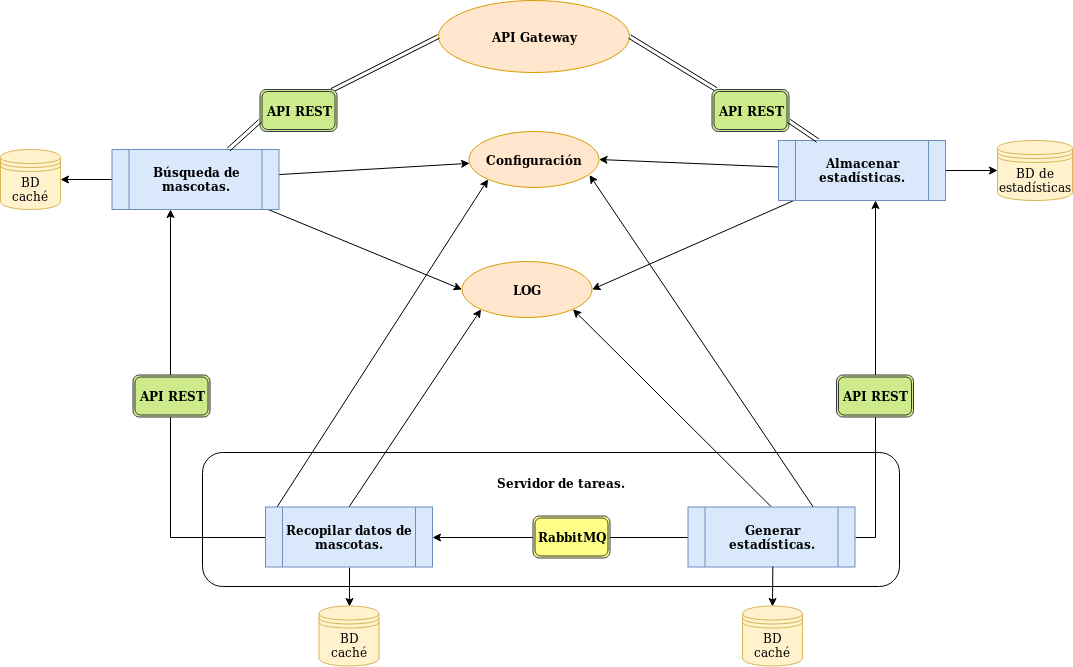
This is docs/imgs/Comunicacion microservicios.png from lidiasm/MPII-ProyectoCC, a draw.io export, as it was before one commit. Source tidied: cells renumbered, new cells last; positions are measured from the earlier drawing's top-left corner, leaving out a move shared by most shapes.
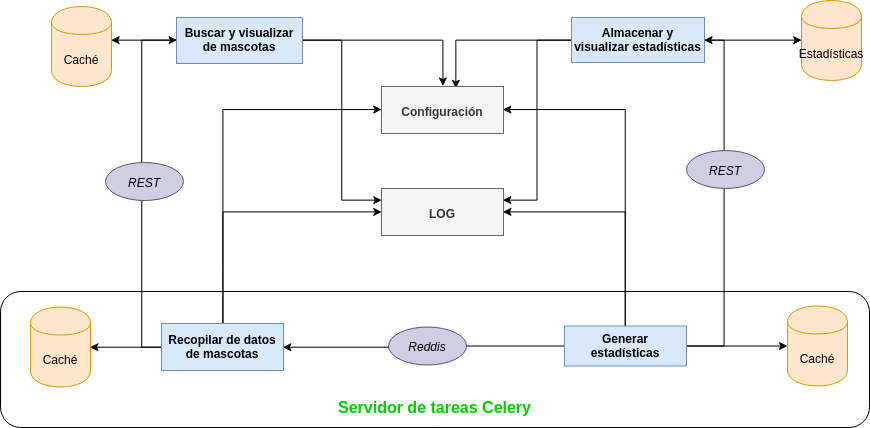
The same file after the commit.

Change to the diagram source:
```diff
@@ -1,129 +1,98 @@
-<mxGraphModel background="#ffffff">
+<mxGraphModel>
   <root>
     <mxCell id="0" />
     <mxCell id="1" parent="0" />
-    <mxCell id="2" value="&lt;div&gt;&lt;br&gt;&lt;/div&gt;&lt;div&gt;&lt;br&gt;&lt;/div&gt;" style="rounded=1;whiteSpace=wrap;html=1;" parent="1" vertex="1">
-      <mxGeometry x="202" y="452" width="697" height="134" as="geometry" />
-    </mxCell>
-    <mxCell id="3" value="&lt;b&gt;API Gateway&lt;/b&gt;" style="ellipse;whiteSpace=wrap;html=1;fillColor=#ffe6cc;strokeColor=#d79b00;" parent="1" vertex="1">
-      <mxGeometry x="438" width="191" height="72" as="geometry" />
-    </mxCell>
-    <mxCell id="4" style="edgeStyle=orthogonalEdgeStyle;rounded=0;jettySize=auto;html=1;" parent="1" edge="1" source="9" target="23">
-      <mxGeometry relative="1" as="geometry" />
-    </mxCell>
-    <mxCell id="5" style="rounded=0;jettySize=auto;html=1;entryX=1;entryY=0.5;entryDx=0;entryDy=0;shape=link;" parent="1" edge="1" source="25" target="3">
-      <mxGeometry relative="1" as="geometry" />
-    </mxCell>
-    <mxCell id="6" style="edgeStyle=none;rounded=0;jettySize=auto;html=1;entryX=1;entryY=0.5;entryDx=0;entryDy=0;" parent="1" edge="1" source="9" target="20">
-      <mxGeometry relative="1" as="geometry" />
-    </mxCell>
-    <mxCell id="7" style="edgeStyle=none;rounded=0;jettySize=auto;html=1;entryX=1;entryY=0.5;entryDx=0;entryDy=0;" parent="1" edge="1" source="9" target="21">
-      <mxGeometry relative="1" as="geometry" />
-    </mxCell>
-    <mxCell id="8" style="edgeStyle=orthogonalEdgeStyle;rounded=0;jettySize=auto;html=1;entryX=1;entryY=0.5;entryDx=0;entryDy=0;startArrow=classic;startFill=1;endArrow=none;endFill=0;" parent="1" edge="1" source="9" target="32">
-      <mxGeometry relative="1" as="geometry">
-        <Array as="points">
-          <mxPoint x="875" y="537" />
-        </Array>
-      </mxGeometry>
-    </mxCell>
-    <mxCell id="9" value="&lt;b&gt;Almacenar&lt;/b&gt; &lt;b&gt;estadísticas.&lt;/b&gt;" style="shape=process;whiteSpace=wrap;html=1;backgroundOutline=1;fillColor=#dae8fc;strokeColor=#6c8ebf;" parent="1" vertex="1">
-      <mxGeometry x="778" y="140" width="167" height="60" as="geometry" />
-    </mxCell>
-    <mxCell id="10" style="edgeStyle=none;shape=link;rounded=0;jettySize=auto;html=1;entryX=0;entryY=0.5;entryDx=0;entryDy=0;" parent="1" edge="1" target="3">
-      <mxGeometry relative="1" as="geometry">
-        <mxPoint x="331" y="90" as="sourcePoint" />
-      </mxGeometry>
-    </mxCell>
-    <mxCell id="11" style="edgeStyle=none;rounded=0;jettySize=auto;html=1;entryX=1;entryY=0.5;entryDx=0;entryDy=0;" parent="1" edge="1" source="15" target="22">
-      <mxGeometry relative="1" as="geometry" />
-    </mxCell>
-    <mxCell id="12" style="edgeStyle=none;rounded=0;jettySize=auto;html=1;" parent="1" edge="1" source="15" target="20">
-      <mxGeometry relative="1" as="geometry" />
-    </mxCell>
-    <mxCell id="13" style="edgeStyle=none;rounded=0;jettySize=auto;html=1;entryX=0;entryY=0.5;entryDx=0;entryDy=0;" parent="1" edge="1" source="15" target="21">
-      <mxGeometry relative="1" as="geometry" />
-    </mxCell>
-    <mxCell id="14" style="edgeStyle=orthogonalEdgeStyle;rounded=0;jettySize=auto;html=1;entryX=0;entryY=0.5;entryDx=0;entryDy=0;startArrow=classic;startFill=1;endArrow=none;endFill=0;" parent="1" edge="1" source="15" target="19">
-      <mxGeometry relative="1" as="geometry">
-        <Array as="points">
-          <mxPoint x="170" y="537" />
-        </Array>
-      </mxGeometry>
-    </mxCell>
-    <mxCell id="15" value="&lt;b&gt;Búsqueda de mascotas.&lt;/b&gt;" style="shape=process;whiteSpace=wrap;html=1;backgroundOutline=1;fillColor=#dae8fc;strokeColor=#6c8ebf;" parent="1" vertex="1">
-      <mxGeometry x="111.5" y="149" width="167" height="60" as="geometry" />
-    </mxCell>
-    <mxCell id="16" style="edgeStyle=orthogonalEdgeStyle;rounded=0;jettySize=auto;html=1;entryX=0.5;entryY=0;entryDx=0;entryDy=0;exitX=0.5;exitY=1;exitDx=0;exitDy=0;" parent="1" edge="1" source="19" target="24">
-      <mxGeometry relative="1" as="geometry" />
-    </mxCell>
-    <mxCell id="17" style="rounded=0;jettySize=auto;html=1;exitX=0.048;exitY=0.092;exitDx=0;exitDy=0;endArrow=classic;endFill=1;entryX=0;entryY=1;entryDx=0;entryDy=0;exitPerimeter=0;" parent="1" edge="1" source="19" target="20">
-      <mxGeometry relative="1" as="geometry" />
-    </mxCell>
-    <mxCell id="18" style="edgeStyle=none;rounded=0;jettySize=auto;html=1;exitX=0.5;exitY=0;exitDx=0;exitDy=0;entryX=0;entryY=1;entryDx=0;entryDy=0;endArrow=classic;endFill=1;" parent="1" edge="1" source="19" target="21">
-      <mxGeometry relative="1" as="geometry" />
-    </mxCell>
-    <mxCell id="19" value="&lt;b&gt;Recopilar datos de mascotas.&lt;/b&gt;" style="shape=process;whiteSpace=wrap;html=1;backgroundOutline=1;fillColor=#dae8fc;strokeColor=#6c8ebf;" parent="1" vertex="1">
-      <mxGeometry x="265" y="506.5" width="167" height="60" as="geometry" />
-    </mxCell>
-    <mxCell id="20" value="&lt;b&gt;Configuración&lt;/b&gt;" style="ellipse;whiteSpace=wrap;html=1;fillColor=#ffe6cc;strokeColor=#d79b00;" parent="1" vertex="1">
-      <mxGeometry x="468.5" y="131" width="130" height="56" as="geometry" />
-    </mxCell>
+    <mxCell id="39" value="&lt;b style=&quot;font-size: 16px&quot;&gt;&lt;font color=&quot;#00cc00&quot; style=&quot;font-size: 16px&quot;&gt;&lt;br&gt;&lt;br&gt;&lt;br&gt;&lt;br&gt;&lt;br&gt;Servidor de tareas Celery&lt;/font&gt;&lt;/b&gt;" style="rounded=1;whiteSpace=wrap;html=1;" parent="1" vertex="1">
+      <mxGeometry x="80.5" y="364" width="869" height="136" as="geometry" />
+    </mxCell>
+    <mxCell id="40" style="edgeStyle=orthogonalEdgeStyle;rounded=0;jettySize=auto;html=1;exitX=0;exitY=0.5;exitDx=0;exitDy=0;entryX=1;entryY=0.425;entryDx=0;entryDy=0;entryPerimeter=0;" parent="1" edge="1" source="43" target="59">
+      <mxGeometry relative="1" as="geometry" />
+    </mxCell>
+    <mxCell id="41" style="edgeStyle=orthogonalEdgeStyle;rounded=0;jettySize=auto;html=1;exitX=1;exitY=0.5;exitDx=0;exitDy=0;entryX=0.5;entryY=0;entryDx=0;entryDy=0;" parent="1" edge="1" source="43" target="63">
+      <mxGeometry relative="1" as="geometry" />
+    </mxCell>
+    <mxCell id="42" style="edgeStyle=orthogonalEdgeStyle;rounded=0;jettySize=auto;html=1;exitX=1;exitY=0.5;exitDx=0;exitDy=0;entryX=0;entryY=0.25;entryDx=0;entryDy=0;endArrow=classic;endFill=1;" parent="1" edge="1" source="43" target="21">
+      <mxGeometry relative="1" as="geometry" />
+    </mxCell>
+    <mxCell id="43" value="Buscar y visualizar de mascotas" style="rounded=0;whiteSpace=wrap;html=1;fillColor=#dae8fc;strokeColor=#6c8ebf;fontStyle=1;" parent="1" vertex="1">
+      <mxGeometry x="256.5" y="90" width="126" height="46" as="geometry" />
+    </mxCell>
+    <mxCell id="44" style="edgeStyle=orthogonalEdgeStyle;rounded=0;jettySize=auto;html=1;exitX=1;exitY=0.5;exitDx=0;exitDy=0;entryX=0;entryY=0.5;entryDx=0;entryDy=0;" parent="1" edge="1" source="47" target="62">
+      <mxGeometry relative="1" as="geometry" />
+    </mxCell>
+    <mxCell id="45" style="edgeStyle=orthogonalEdgeStyle;rounded=0;jettySize=auto;html=1;exitX=0;exitY=0.5;exitDx=0;exitDy=0;entryX=0.607;entryY=0.043;entryDx=0;entryDy=0;entryPerimeter=0;" parent="1" edge="1" source="47" target="63">
+      <mxGeometry relative="1" as="geometry" />
+    </mxCell>
+    <mxCell id="46" style="edgeStyle=orthogonalEdgeStyle;rounded=0;jettySize=auto;html=1;exitX=0;exitY=0.5;exitDx=0;exitDy=0;entryX=1;entryY=0.25;entryDx=0;entryDy=0;endArrow=classic;endFill=1;" parent="1" edge="1" source="47" target="21">
+      <mxGeometry relative="1" as="geometry" />
+    </mxCell>
+    <mxCell id="47" value="Almacenar y visualizar estadísticas" style="rounded=0;whiteSpace=wrap;html=1;fillColor=#dae8fc;strokeColor=#6c8ebf;fontStyle=1;" parent="1" vertex="1">
+      <mxGeometry x="651.5" y="90" width="133" height="45" as="geometry" />
+    </mxCell>
+    <mxCell id="48" style="edgeStyle=orthogonalEdgeStyle;rounded=0;jettySize=auto;html=1;exitX=0;exitY=0.5;exitDx=0;exitDy=0;entryX=1;entryY=0.5;entryDx=0;entryDy=0;" parent="1" edge="1" source="52" target="60">
+      <mxGeometry relative="1" as="geometry" />
+    </mxCell>
+    <mxCell id="49" style="edgeStyle=orthogonalEdgeStyle;rounded=0;jettySize=auto;html=1;exitX=0.5;exitY=0;exitDx=0;exitDy=0;entryX=0;entryY=0.5;entryDx=0;entryDy=0;" parent="1" edge="1" source="52" target="63">
+      <mxGeometry relative="1" as="geometry">
+        <Array as="points">
+          <mxPoint x="302.5" y="340" />
+          <mxPoint x="302.5" y="183" />
+        </Array>
+      </mxGeometry>
+    </mxCell>
+    <mxCell id="50" style="edgeStyle=orthogonalEdgeStyle;rounded=0;jettySize=auto;html=1;exitX=0.5;exitY=0;exitDx=0;exitDy=0;entryX=0;entryY=0.5;entryDx=0;entryDy=0;endArrow=classic;endFill=1;" parent="1" edge="1" source="52" target="21">
+      <mxGeometry relative="1" as="geometry" />
+    </mxCell>
+    <mxCell id="51" style="edgeStyle=orthogonalEdgeStyle;rounded=0;jettySize=auto;html=1;exitX=0;exitY=0.5;exitDx=0;exitDy=0;entryX=0;entryY=0.5;entryDx=0;entryDy=0;endArrow=classic;endFill=1;" parent="1" edge="1" source="52" target="43">
+      <mxGeometry relative="1" as="geometry" />
+    </mxCell>
+    <mxCell id="52" value="Recopilar de datos de mascotas" style="rounded=0;whiteSpace=wrap;html=1;fillColor=#dae8fc;strokeColor=#6c8ebf;fontStyle=1;" parent="1" vertex="1">
+      <mxGeometry x="241.5" y="396" width="122" height="47" as="geometry" />
+    </mxCell>
+    <mxCell id="53" style="edgeStyle=orthogonalEdgeStyle;rounded=0;jettySize=auto;html=1;exitX=1;exitY=0.5;exitDx=0;exitDy=0;" parent="1" edge="1" source="58" target="61">
+      <mxGeometry relative="1" as="geometry" />
+    </mxCell>
+    <mxCell id="54" style="edgeStyle=orthogonalEdgeStyle;rounded=0;jettySize=auto;html=1;exitX=0.5;exitY=0;exitDx=0;exitDy=0;entryX=1;entryY=0.5;entryDx=0;entryDy=0;" parent="1" edge="1" source="58" target="63">
+      <mxGeometry relative="1" as="geometry" />
+    </mxCell>
+    <mxCell id="55" style="edgeStyle=orthogonalEdgeStyle;rounded=0;jettySize=auto;html=1;exitX=0.5;exitY=0;exitDx=0;exitDy=0;entryX=1;entryY=0.5;entryDx=0;entryDy=0;endArrow=classic;endFill=1;" parent="1" edge="1" source="58" target="21">
+      <mxGeometry relative="1" as="geometry" />
+    </mxCell>
+    <mxCell id="56" style="edgeStyle=orthogonalEdgeStyle;rounded=0;jettySize=auto;html=1;exitX=0;exitY=0.5;exitDx=0;exitDy=0;entryX=1;entryY=0.5;entryDx=0;entryDy=0;endArrow=classic;endFill=1;" parent="1" edge="1" source="58" target="52">
+      <mxGeometry relative="1" as="geometry" />
+    </mxCell>
+    <mxCell id="57" style="edgeStyle=orthogonalEdgeStyle;rounded=0;jettySize=auto;html=1;exitX=1;exitY=0.5;exitDx=0;exitDy=0;entryX=1;entryY=0.5;entryDx=0;entryDy=0;endArrow=classic;endFill=1;" parent="1" edge="1" source="58" target="47">
+      <mxGeometry relative="1" as="geometry" />
+    </mxCell>
+    <mxCell id="58" value="Generar estadísticas" style="rounded=0;whiteSpace=wrap;html=1;fillColor=#dae8fc;strokeColor=#6c8ebf;fontStyle=1;" parent="1" vertex="1">
+      <mxGeometry x="644.5" y="398.5" width="122" height="40" as="geometry" />
+    </mxCell>
+    <mxCell id="59" value="Caché" style="shape=cylinder;whiteSpace=wrap;html=1;boundedLbl=1;backgroundOutline=1;fillColor=#ffe6cc;strokeColor=#d79b00;" parent="1" vertex="1">
+      <mxGeometry x="131.5" y="79" width="60" height="80" as="geometry" />
+    </mxCell>
+    <mxCell id="60" value="Caché" style="shape=cylinder;whiteSpace=wrap;html=1;boundedLbl=1;backgroundOutline=1;fillColor=#ffe6cc;strokeColor=#d79b00;" parent="1" vertex="1">
+      <mxGeometry x="110.5" y="379.5" width="60" height="80" as="geometry" />
+    </mxCell>
+    <mxCell id="61" value="Caché" style="shape=cylinder;whiteSpace=wrap;html=1;boundedLbl=1;backgroundOutline=1;fillColor=#ffe6cc;strokeColor=#d79b00;" parent="1" vertex="1">
+      <mxGeometry x="867.5" y="378.5" width="60" height="80" as="geometry" />
+    </mxCell>
+    <mxCell id="62" value="Estadísticas" style="shape=cylinder;whiteSpace=wrap;html=1;boundedLbl=1;backgroundOutline=1;fillColor=#ffe6cc;strokeColor=#d79b00;" parent="1" vertex="1">
+      <mxGeometry x="881.5" y="73" width="60" height="80" as="geometry" />
+    </mxCell>
+    <mxCell id="63" value="Configuración&lt;span style=&quot;color: rgba(0 , 0 , 0 , 0) ; font-family: monospace ; font-size: 0px ; font-weight: 400 ; white-space: nowrap&quot;&gt;%3CmxGraphModel%3E%3Croot%3E%3CmxCell%20id%3D%220%22%2F%3E%3CmxCell%20id%3D%221%22%20parent%3D%220%22%2F%3E%3CmxCell%20id%3D%222%22%20value%3D%22Recopilar%20de%20datos%20de%20mascotas%22%20style%3D%22rounded%3D0%3BwhiteSpace%3Dwrap%3Bhtml%3D1%3BfillColor%3D%23dae8fc%3BstrokeColor%3D%236c8ebf%3BfontStyle%3D1%22%20vertex%3D%221%22%20parent%3D%221%22%3E%3CmxGeometry%20x%3D%22144%22%20y%3D%22365%22%20width%3D%22122%22%20height%3D%2247%22%20as%3D%22geometry%22%2F%3E%3C%2FmxCell%3E%3C%2Froot%3E%3C%2FmxGraphModel%3E&lt;/span&gt;" style="rounded=0;whiteSpace=wrap;html=1;fillColor=#f5f5f5;strokeColor=#666666;fontStyle=1;fontColor=#333333;" parent="1" vertex="1">
+      <mxGeometry x="461.5" y="159" width="122" height="47" as="geometry" />
+    </mxCell>
-    <mxCell id="21" value="&lt;b&gt;LOG&lt;/b&gt;" style="ellipse;whiteSpace=wrap;html=1;fillColor=#ffe6cc;strokeColor=#d79b00;" parent="1" vertex="1">
-      <mxGeometry x="461.5" y="261" width="130" height="56" as="geometry" />
+    <mxCell id="21" value="LOG" style="rounded=0;whiteSpace=wrap;html=1;fillColor=#f5f5f5;strokeColor=#666666;fontStyle=1;fontColor=#333333;" parent="1" vertex="1">
+      <mxGeometry x="461.5" y="261" width="122" height="47" as="geometry" />
     </mxCell>
-    <mxCell id="22" value="BD caché" style="shape=datastore;whiteSpace=wrap;html=1;fillColor=#fff2cc;strokeColor=#d6b656;" parent="1" vertex="1">
-      <mxGeometry y="149" width="60" height="60" as="geometry" />
-    </mxCell>
-    <mxCell id="23" value="BD de estadísticas" style="shape=datastore;whiteSpace=wrap;html=1;fillColor=#fff2cc;strokeColor=#d6b656;" parent="1" vertex="1">
-      <mxGeometry x="997" y="140" width="75" height="60" as="geometry" />
-    </mxCell>
-    <mxCell id="24" value="BD caché" style="shape=datastore;whiteSpace=wrap;html=1;fillColor=#fff2cc;strokeColor=#d6b656;" parent="1" vertex="1">
-      <mxGeometry x="318.5" y="605.5" width="60" height="60" as="geometry" />
-    </mxCell>
-    <mxCell id="25" value="&lt;b&gt;API REST&lt;/b&gt;" style="shape=ext;double=1;rounded=1;whiteSpace=wrap;html=1;fillColor=#cdeb8b;strokeColor=#36393d;" parent="1" vertex="1">
-      <mxGeometry x="711.5" y="89" width="77" height="42" as="geometry" />
-    </mxCell>
-    <mxCell id="26" style="rounded=0;jettySize=auto;html=1;entryX=1;entryY=0.75;entryDx=0;entryDy=0;shape=link;" parent="1" edge="1" source="9" target="25">
-      <mxGeometry relative="1" as="geometry" />
-    </mxCell>
-    <mxCell id="27" value="&lt;b&gt;API REST&lt;/b&gt;" style="shape=ext;double=1;rounded=1;whiteSpace=wrap;html=1;fillColor=#cdeb8b;strokeColor=#36393d;" parent="1" vertex="1">
-      <mxGeometry x="259.5" y="89" width="77" height="42" as="geometry" />
-    </mxCell>
-    <mxCell id="28" style="edgeStyle=none;shape=link;rounded=0;jettySize=auto;html=1;entryX=0;entryY=0.75;entryDx=0;entryDy=0;" parent="1" edge="1" source="15" target="27">
-      <mxGeometry relative="1" as="geometry" />
-    </mxCell>
-    <mxCell id="29" style="edgeStyle=orthogonalEdgeStyle;rounded=0;jettySize=auto;html=1;exitX=0;exitY=0.5;exitDx=0;exitDy=0;" parent="1" edge="1" source="32" target="19">
-      <mxGeometry relative="1" as="geometry" />
-    </mxCell>
-    <mxCell id="30" style="edgeStyle=none;rounded=0;jettySize=auto;html=1;exitX=0.5;exitY=0;exitDx=0;exitDy=0;entryX=1;entryY=1;entryDx=0;entryDy=0;endArrow=classic;endFill=1;" parent="1" edge="1" source="32" target="21">
-      <mxGeometry relative="1" as="geometry" />
-    </mxCell>
-    <mxCell id="31" style="edgeStyle=none;rounded=0;jettySize=auto;html=1;exitX=0.75;exitY=0;exitDx=0;exitDy=0;entryX=0.927;entryY=0.777;entryDx=0;entryDy=0;entryPerimeter=0;endArrow=classic;endFill=1;" parent="1" edge="1" source="32" target="20">
-      <mxGeometry relative="1" as="geometry" />
-    </mxCell>
-    <mxCell id="32" value="&lt;b&gt;Generar estadísticas.&lt;br&gt;&lt;/b&gt;" style="shape=process;whiteSpace=wrap;html=1;backgroundOutline=1;fillColor=#dae8fc;strokeColor=#6c8ebf;" parent="1" vertex="1">
-      <mxGeometry x="687.5" y="506.5" width="167" height="60" as="geometry" />
-    </mxCell>
-    <mxCell id="33" style="edgeStyle=orthogonalEdgeStyle;rounded=0;jettySize=auto;html=1;entryX=0.5;entryY=0;entryDx=0;entryDy=0;exitX=0.5;exitY=1;exitDx=0;exitDy=0;" parent="1" edge="1" target="34">
-      <mxGeometry relative="1" as="geometry">
-        <mxPoint x="772.3" y="566.2" as="sourcePoint" />
-      </mxGeometry>
-    </mxCell>
-    <mxCell id="34" value="BD caché" style="shape=datastore;whiteSpace=wrap;html=1;fillColor=#fff2cc;strokeColor=#d6b656;" parent="1" vertex="1">
-      <mxGeometry x="742" y="605.5" width="60" height="60" as="geometry" />
-    </mxCell>
-    <mxCell id="35" value="&lt;b&gt;RabbitMQ&lt;/b&gt;" style="shape=ext;double=1;rounded=1;whiteSpace=wrap;html=1;fillColor=#ffff88;strokeColor=#36393d;" parent="1" vertex="1">
-      <mxGeometry x="532.5" y="515.5" width="77" height="42" as="geometry" />
-    </mxCell>
-    <mxCell id="36" value="&lt;b&gt;API REST&lt;/b&gt;" style="shape=ext;double=1;rounded=1;whiteSpace=wrap;html=1;fillColor=#CDEB8B;strokeColor=#36393D;gradientColor=none;" parent="1" vertex="1">
-      <mxGeometry x="132.5" y="374.5" width="77" height="42" as="geometry" />
-    </mxCell>
-    <mxCell id="37" value="&lt;b&gt;Servidor de tareas.&lt;br&gt;&lt;/b&gt;" style="text;html=1;strokeColor=none;fillColor=none;align=center;verticalAlign=middle;whiteSpace=wrap;rounded=0;" parent="1" vertex="1">
-      <mxGeometry x="469.5" y="472.5" width="182" height="20" as="geometry" />
-    </mxCell>
-    <mxCell id="38" value="&lt;b&gt;API REST&lt;/b&gt;" style="shape=ext;double=1;rounded=1;whiteSpace=wrap;html=1;fillColor=#cdeb8b;strokeColor=#36393d;" parent="1" vertex="1">
-      <mxGeometry x="836" y="374.5" width="77" height="42" as="geometry" />
-    </mxCell>
+    <mxCell id="64" value="&lt;i&gt;Reddis&lt;/i&gt;" style="ellipse;whiteSpace=wrap;html=1;fillColor=#d0cee2;strokeColor=#56517e;" parent="1" vertex="1">
+      <mxGeometry x="468.5" y="399.5" width="78" height="38" as="geometry" />
+    </mxCell>
+    <mxCell id="65" value="&lt;i&gt;REST&lt;/i&gt;" style="ellipse;whiteSpace=wrap;html=1;fillColor=#d0cee2;strokeColor=#56517e;" parent="1" vertex="1">
+      <mxGeometry x="185.5" y="235" width="78" height="38" as="geometry" />
+    </mxCell>
+    <mxCell id="66" value="&lt;i&gt;REST&lt;/i&gt;" style="ellipse;whiteSpace=wrap;html=1;fillColor=#d0cee2;strokeColor=#56517e;" parent="1" vertex="1">
+      <mxGeometry x="766.5" y="223" width="78" height="38" as="geometry" />
+    </mxCell>
   </root>
 </mxGraphModel>
```
